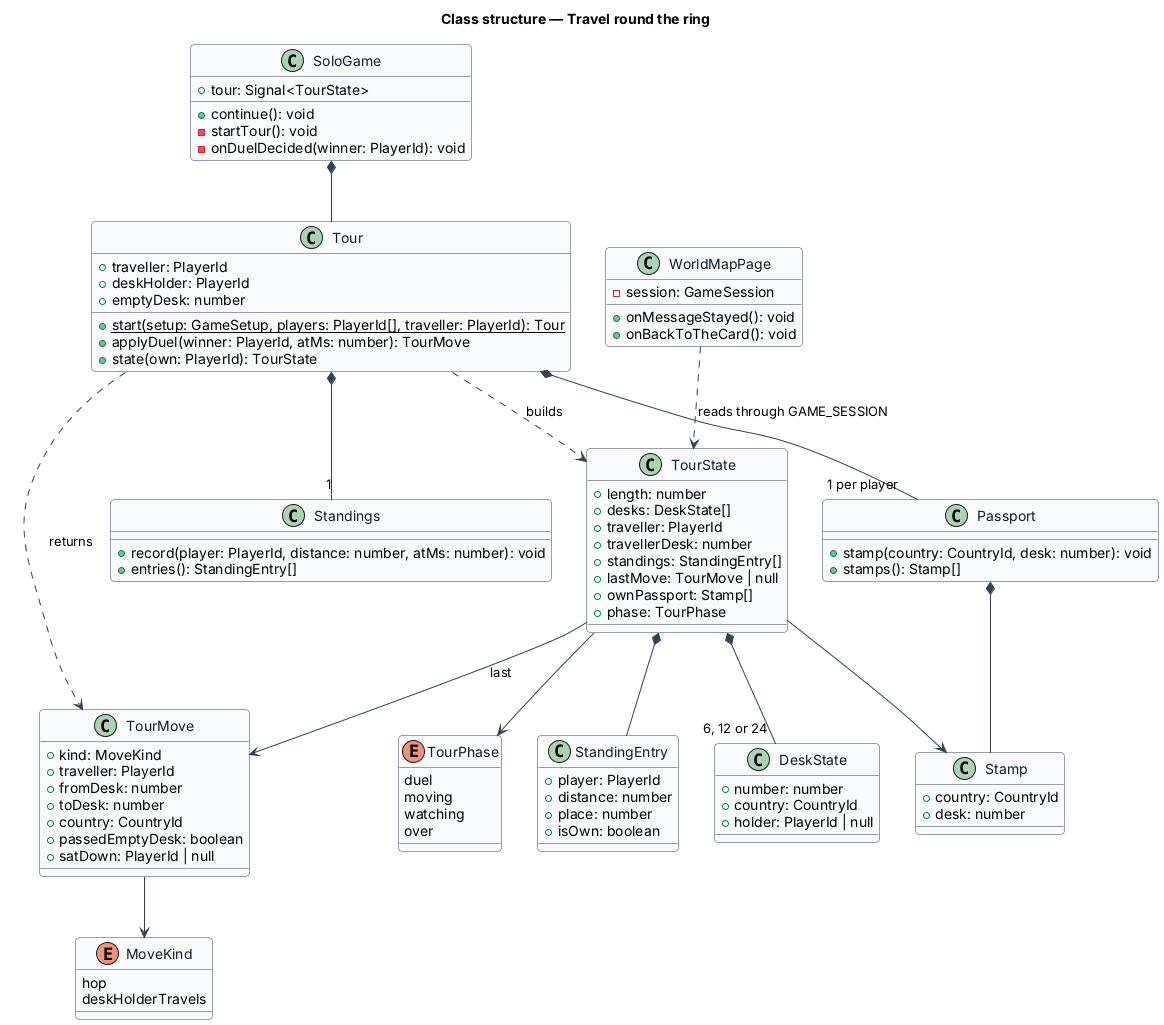
The PlantUML diagram docs/detailed-designs/tour/travel-round-ring/diagrams/class-structure.png in QuinntyneBrown/around-the-world, before a commit. Its source is kept beside it as docs/detailed-designs/tour/travel-round-ring/diagrams/class-structure.puml.
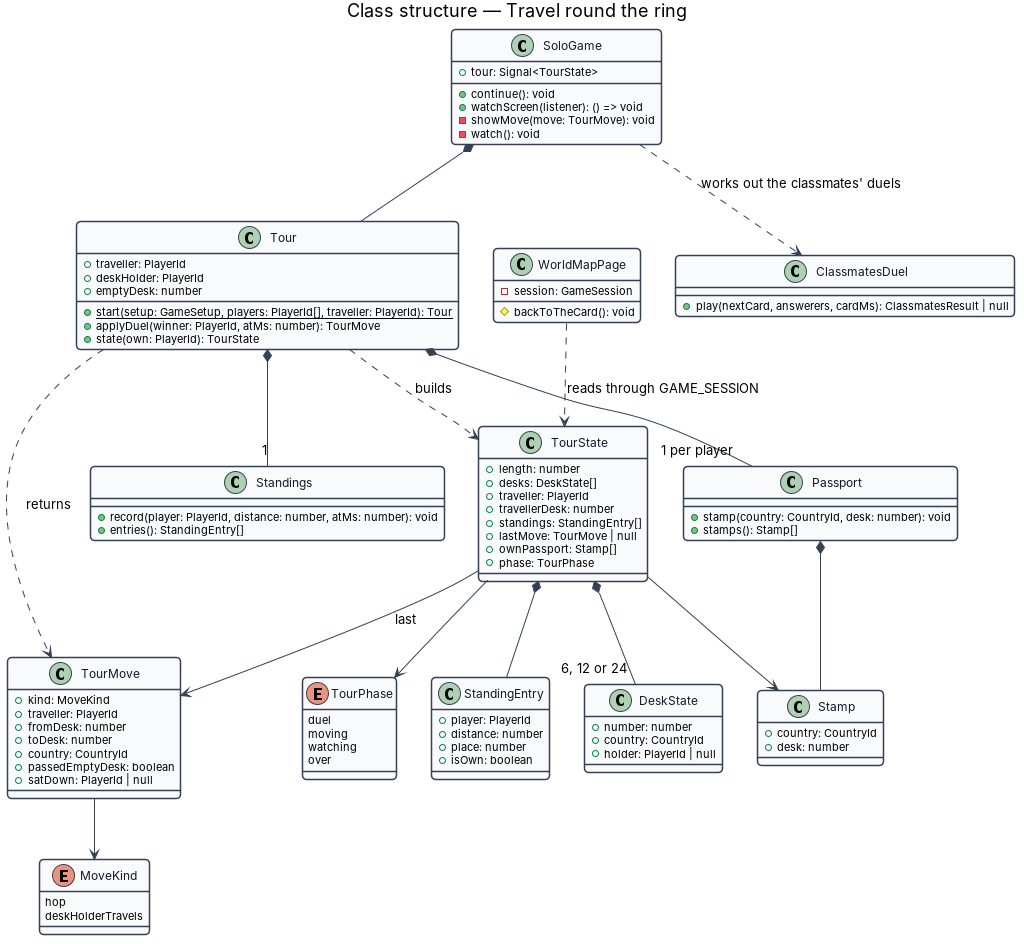
Above is the later version.

Change to the diagram source:
```diff
@@ -74,16 +74,20 @@
 class SoloGame {
   +tour: Signal<TourState>
   +continue(): void
-  -startTour(): void
-  -onDuelDecided(winner: PlayerId): void
+  +watchScreen(listener): () => void
+  -showMove(move: TourMove): void
+  -watch(): void
+}
+class ClassmatesDuel {
+  +play(nextCard, answerers, cardMs): ClassmatesResult | null
 }
 class WorldMapPage {
   -session: GameSession
-  +onMessageStayed(): void
-  +onBackToTheCard(): void
+  #backToTheCard(): void
 }
 
 SoloGame *-- Tour
+SoloGame ..> ClassmatesDuel : works out the classmates' duels
 Tour *-- "1" Standings
 Tour *-- "1 per player" Passport
 Tour ..> TourMove : returns
```
